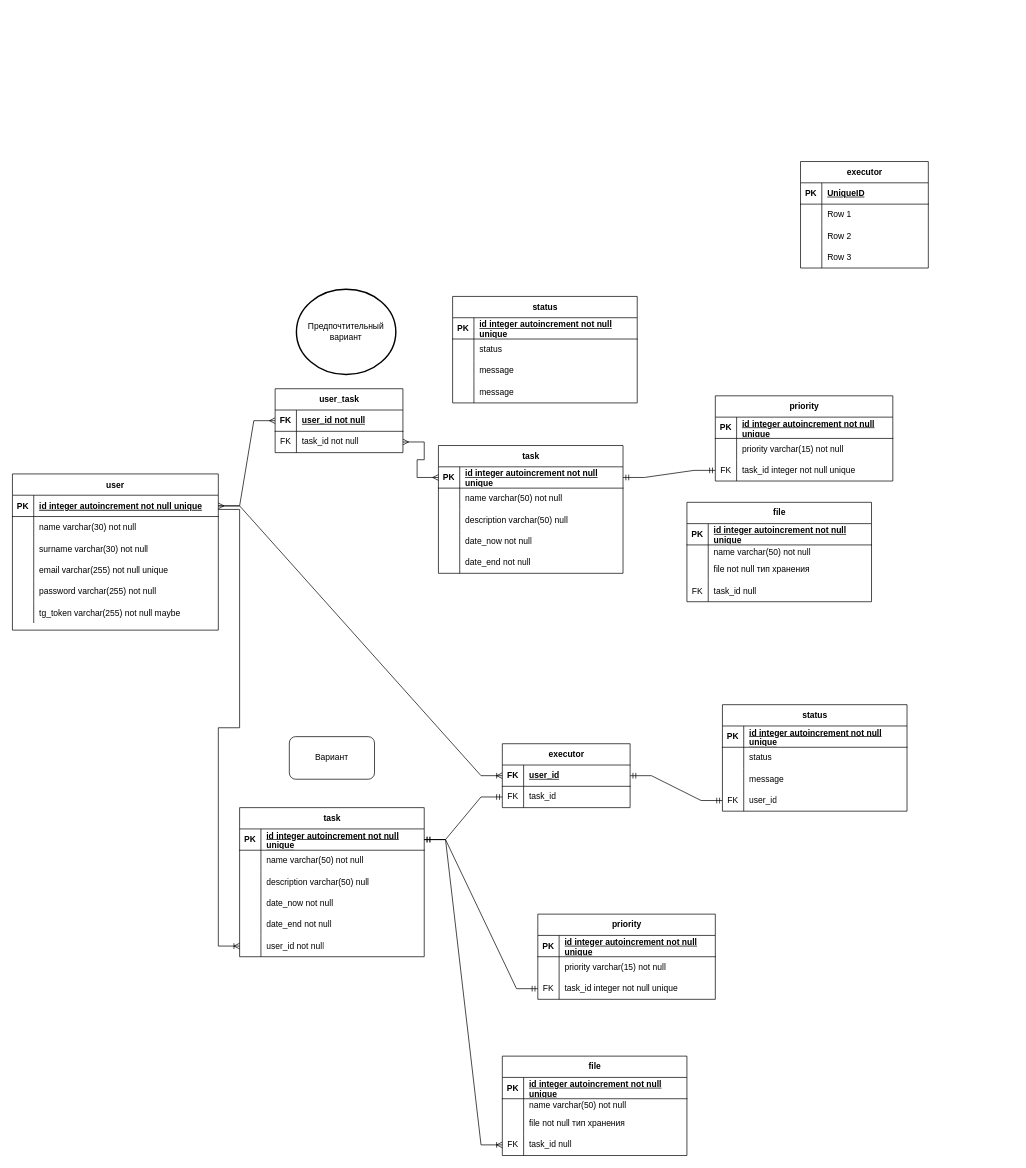
This is task manager.drawio from KGBT/projects, a draw.io file, before an edit. Source tidied: cells renumbered, new cells numbered last; positions are measured from the earlier drawing's top-left corner, leaving out a move shared by most shapes. Both pictures are drawn from the tidied source at 71%, with x=0, y=0 at pixel (12, 161).
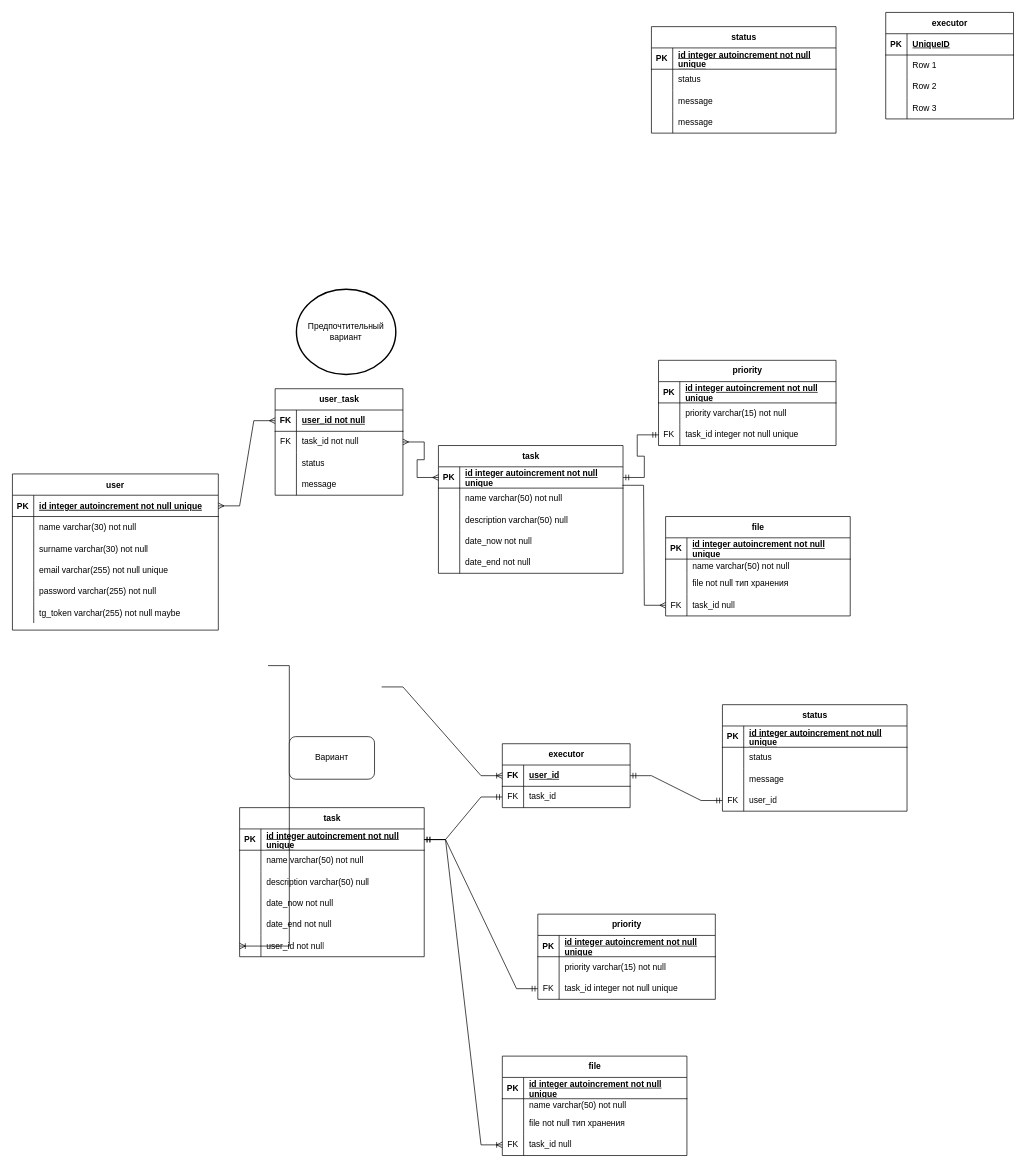
The same diagram, later.

Unchanged cells that the change refers to:
```xml
<mxCell id="3" style="shape=partialRectangle;fillColor=none;points=[[0,0.5],[1,0.5]];portConstraint=eastwest;top=0;left=0;right=0;bottom=1;" parent="2" vertex="1">
  <mxGeometry y="30" width="290" height="30" as="geometry" />
</mxCell>
<mxCell id="29" style="shape=tableRow;horizontal=0;startSize=0;swimlaneHead=0;swimlaneBody=0;fillColor=none;points=[[0,0.5],[1,0.5]];portConstraint=eastwest;top=0;left=0;right=0;bottom=1;" parent="28" vertex="1">
  <mxGeometry y="30" width="260" height="30" as="geometry" />
</mxCell>
<mxCell id="54" style="shape=tableRow;horizontal=0;startSize=0;swimlaneHead=0;swimlaneBody=0;fillColor=none;points=[[0,0.5],[1,0.5]];portConstraint=eastwest;top=0;left=0;right=0;bottom=0;" parent="44" vertex="1">
  <mxGeometry y="110" width="260" height="30" as="geometry" />
</mxCell>
<mxCell id="112" style="shape=tableRow;horizontal=0;startSize=0;swimlaneHead=0;swimlaneBody=0;fillColor=none;points=[[0,0.5],[1,0.5]];portConstraint=eastwest;top=0;left=0;right=0;bottom=0;" parent="96" vertex="1">
  <mxGeometry y="180" width="260" height="30" as="geometry" />
</mxCell>
<mxCell id="154" style="shape=tableRow;horizontal=0;startSize=0;swimlaneHead=0;swimlaneBody=0;fillColor=none;points=[[0,0.5],[1,0.5]];portConstraint=eastwest;top=0;left=0;right=0;bottom=1;" parent="153" vertex="1">
  <mxGeometry y="30" width="180" height="30" as="geometry" />
</mxCell>
```

Change to the diagram source:
```diff
@@
     <mxCell id="21" value="user_task" style="shape=table;startSize=30;childLayout=tableLayout;rowLines=0;fontStyle=1;align=center;html=1;" parent="1" vertex="1">
-      <mxGeometry x="370" y="320" width="180" height="90" as="geometry" />
+      <mxGeometry x="370" y="320" width="180" height="150" as="geometry" />
     </mxCell>
@@
+    <mxCell id="166" style="shape=tableRow;horizontal=0;startSize=0;swimlaneHead=0;swimlaneBody=0;fillColor=none;top=0;left=0;right=0;bottom=0;" parent="21" vertex="1">
+      <mxGeometry y="90" width="180" height="30" as="geometry" />
+    </mxCell>
+    <mxCell id="167" style="shape=partialRectangle;fillColor=none;top=0;left=0;bottom=0;right=0;overflow=hidden;whiteSpace=wrap;html=1;" parent="166" vertex="1">
+      <mxGeometry width="30" height="30" as="geometry" />
+    </mxCell>
+    <mxCell id="168" value="status" style="shape=partialRectangle;fillColor=none;top=0;left=0;bottom=0;right=0;align=left;spacingLeft=6;overflow=hidden;whiteSpace=wrap;html=1;" parent="166" vertex="1">
+      <mxGeometry x="30" width="150" height="30" as="geometry" />
+    </mxCell>
+    <mxCell id="169" style="shape=tableRow;horizontal=0;startSize=0;swimlaneHead=0;swimlaneBody=0;fillColor=none;top=0;left=0;right=0;bottom=0;" parent="21" vertex="1">
+      <mxGeometry y="120" width="180" height="30" as="geometry" />
+    </mxCell>
+    <mxCell id="170" style="shape=partialRectangle;fillColor=none;top=0;left=0;bottom=0;right=0;overflow=hidden;whiteSpace=wrap;html=1;" parent="169" vertex="1">
+      <mxGeometry width="30" height="30" as="geometry" />
+    </mxCell>
+    <mxCell id="171" value="message" style="shape=partialRectangle;fillColor=none;top=0;left=0;bottom=0;right=0;align=left;spacingLeft=6;overflow=hidden;whiteSpace=wrap;html=1;" parent="169" vertex="1">
+      <mxGeometry x="30" width="150" height="30" as="geometry" />
+    </mxCell>
@@
     <mxCell id="44" value="file" style="shape=table;startSize=30;childLayout=tableLayout;rowLines=0;fontStyle=1;align=center;html=1;" parent="1" vertex="1">
-      <mxGeometry x="950" y="480" width="260" height="140" as="geometry" />
+      <mxGeometry x="920" y="500" width="260" height="140" as="geometry" />
     </mxCell>
@@
     <mxCell id="57" value="status" style="shape=table;startSize=30;childLayout=tableLayout;rowLines=0;fontStyle=1;align=center;html=1;" parent="1" vertex="1">
-      <mxGeometry x="620" y="190" width="260" height="150" as="geometry" />
+      <mxGeometry x="900" y="-190" width="260" height="150" as="geometry" />
     </mxCell>
@@
     <mxCell id="72" value="priority" style="shape=table;startSize=30;childLayout=tableLayout;rowLines=0;fontStyle=1;align=center;html=1;" parent="1" vertex="1">
-      <mxGeometry x="990" y="330" width="250" height="120" as="geometry" />
+      <mxGeometry x="910" y="280" width="250" height="120" as="geometry" />
     </mxCell>
@@
     <mxCell id="83" value="executor" style="shape=table;startSize=30;childLayout=tableLayout;rowLines=0;fontStyle=1;align=center;html=1;" parent="1" vertex="1">
-      <mxGeometry x="1110" width="180" height="150" as="geometry" />
+      <mxGeometry x="1230" y="-210" width="180" height="150" as="geometry" />
     </mxCell>
@@
     <mxCell id="115" style="edgeStyle=entityRelationEdgeStyle;fontSize=12;html=1;endArrow=ERoneToMany;rounded=0;entryX=0;entryY=0.5;entryDx=0;entryDy=0;" parent="1" edge="1" target="112">
       <mxGeometry relative="1" as="geometry">
-        <mxPoint x="290" y="490" as="sourcePoint" />
+        <mxPoint x="360" y="710" as="sourcePoint" />
       </mxGeometry>
     </mxCell>
@@
-    <mxCell id="164" style="edgeStyle=entityRelationEdgeStyle;fontSize=12;html=1;endArrow=ERoneToMany;rounded=0;entryX=0;entryY=0.5;entryDx=0;entryDy=0;exitX=1;exitY=0.5;exitDx=0;exitDy=0;" parent="1" edge="1" source="3" target="154">
-      <mxGeometry relative="1" as="geometry" />
+    <mxCell id="164" style="edgeStyle=entityRelationEdgeStyle;fontSize=12;html=1;endArrow=ERoneToMany;rounded=0;entryX=0;entryY=0.5;entryDx=0;entryDy=0;" parent="1" edge="1" target="154">
+      <mxGeometry relative="1" as="geometry">
+        <mxPoint x="520" y="740" as="sourcePoint" />
+      </mxGeometry>
     </mxCell>
@@
+    <mxCell id="172" style="edgeStyle=entityRelationEdgeStyle;fontSize=12;html=1;endArrow=ERmany;rounded=0;entryX=0;entryY=0.5;entryDx=0;entryDy=0;exitX=0.996;exitY=0.867;exitDx=0;exitDy=0;exitPerimeter=0;" parent="1" edge="1" source="29" target="54">
+      <mxGeometry relative="1" as="geometry" />
+    </mxCell>
```
